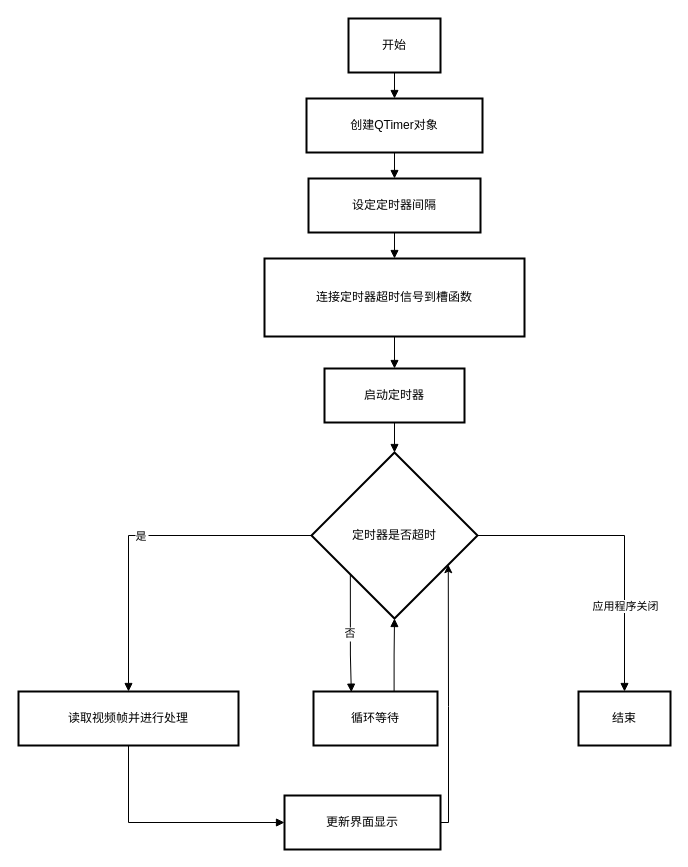
Earlier version of the draw.io diagram 多线程处理.drawio (EthaneIceCream/HoloCubic). Source tidied: cells renumbered, new cells numbered last; positions are measured from the earlier drawing's top-left corner, leaving out a move shared by most shapes. Both pictures are drawn from the tidied source at 100%, with x=0, y=0 at pixel (18, 18).
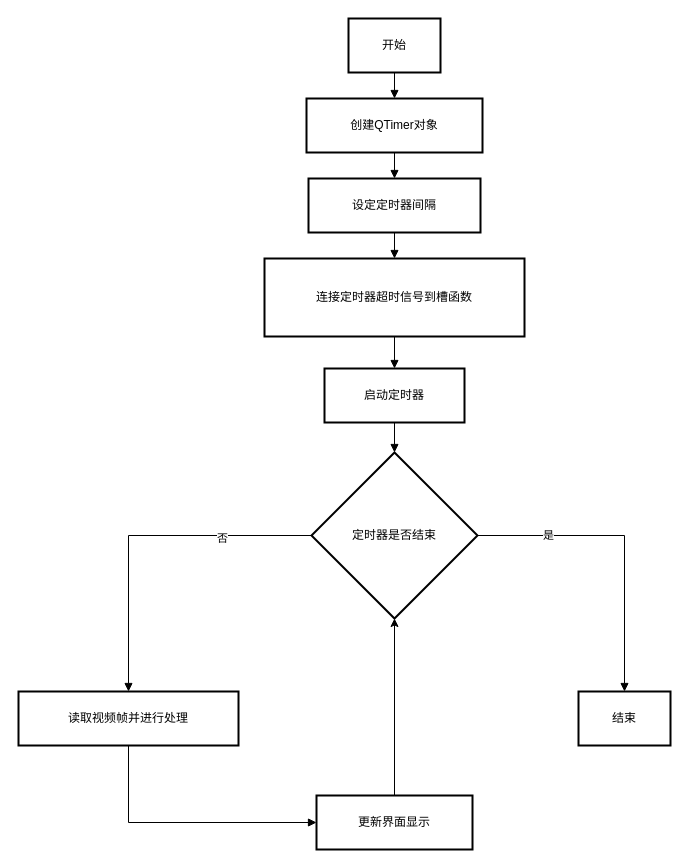
Above is the later version.

Commit message:
更新多线程处理.drawio

The change refers to these unchanged cells:
```xml
<mxCell id="8" value="读取视频帧并进行处理" style="whiteSpace=wrap;strokeWidth=2;" parent="1" vertex="1">
  <mxGeometry y="673" width="220" height="54" as="geometry" />
</mxCell>
<mxCell id="21" style="startArrow=none;endArrow=block;exitX=1;exitY=0.5;entryX=0.5;entryY=0;rounded=0;edgeStyle=orthogonalEdgeStyle;exitDx=0;exitDy=0;" parent="1" edge="1" source="7" target="11">
  <mxGeometry relative="1" as="geometry" />
</mxCell>
```

Diff of the diagram source:
```diff
@@
-    <mxCell id="7" value="定时器是否超时" style="rhombus;strokeWidth=2;whiteSpace=wrap;" parent="1" vertex="1">
+    <mxCell id="7" value="定时器是否结束" style="rhombus;strokeWidth=2;whiteSpace=wrap;" parent="1" vertex="1">
       <mxGeometry x="293" y="434" width="166" height="166" as="geometry" />
     </mxCell>
@@
     <mxCell id="9" value="更新界面显示" style="whiteSpace=wrap;strokeWidth=2;" parent="1" vertex="1">
-      <mxGeometry x="266" y="777" width="156" height="54" as="geometry" />
+      <mxGeometry x="298" y="777" width="156" height="54" as="geometry" />
     </mxCell>
-    <mxCell id="10" value="循环等待" style="whiteSpace=wrap;strokeWidth=2;" parent="1" vertex="1">
-      <mxGeometry x="295" y="673" width="124" height="54" as="geometry" />
-    </mxCell>
@@
-    <mxCell id="17" value="是" style="startArrow=none;endArrow=block;exitX=0;exitY=0.5;entryX=0.5;entryY=0;rounded=0;edgeStyle=orthogonalEdgeStyle;exitDx=0;exitDy=0;" parent="1" edge="1" source="7" target="8">
+    <mxCell id="17" style="startArrow=none;endArrow=block;exitX=0;exitY=0.5;entryX=0.5;entryY=0;rounded=0;edgeStyle=orthogonalEdgeStyle;exitDx=0;exitDy=0;" parent="1" edge="1" source="7" target="8">
       <mxGeometry relative="1" as="geometry" />
     </mxCell>
+    <mxCell id="19" value="否" style="edgeLabel;html=1;align=center;verticalAlign=middle;" parent="17" vertex="1">
+      <mxGeometry x="-0.47" y="2" relative="1" as="geometry" />
+    </mxCell>
@@
-    <mxCell id="19" value="否" style="startArrow=none;endArrow=block;exitX=0;exitY=0.94;entryX=0.305;entryY=0.012;rounded=0;edgeStyle=orthogonalEdgeStyle;entryDx=0;entryDy=0;entryPerimeter=0;" parent="1" edge="1" source="7" target="10">
-      <mxGeometry relative="1" as="geometry" />
-    </mxCell>
-    <mxCell id="20" style="startArrow=none;endArrow=block;exitX=0.65;exitY=0;entryX=0.5;entryY=1;rounded=0;edgeStyle=orthogonalEdgeStyle;" parent="1" edge="1" source="10" target="7">
-      <mxGeometry relative="1" as="geometry" />
-    </mxCell>
@@
-    <mxCell id="22" value="应用程序关闭" style="edgeLabel;html=1;align=center;verticalAlign=middle;" parent="21" vertex="1">
-      <mxGeometry x="0.43" relative="1" as="geometry" />
-    </mxCell>
+    <mxCell id="24" value="是" style="edgeLabel;html=1;align=center;verticalAlign=middle;" parent="21" vertex="1">
+      <mxGeometry x="-0.54" y="1" relative="1" as="geometry" />
+    </mxCell>
-    <mxCell id="23" style="edgeStyle=orthogonalEdgeStyle;rounded=0;jettySize=auto;html=1;exitX=1;exitY=0.5;exitDx=0;exitDy=0;entryX=0.824;entryY=0.676;entryDx=0;entryDy=0;entryPerimeter=0;" parent="1" edge="1" source="9" target="7">
+    <mxCell id="23" style="edgeStyle=orthogonalEdgeStyle;rounded=0;jettySize=auto;html=1;entryX=0.5;entryY=1;entryDx=0;entryDy=0;" parent="1" edge="1" target="7">
       <mxGeometry relative="1" as="geometry">
+        <mxPoint x="376" y="777" as="sourcePoint" />
         <Array as="points">
-          <mxPoint x="430" y="804" />
-          <mxPoint x="430" y="688" />
-          <mxPoint x="430" y="688" />
+          <mxPoint x="376" y="777" />
         </Array>
       </mxGeometry>
     </mxCell>
```
